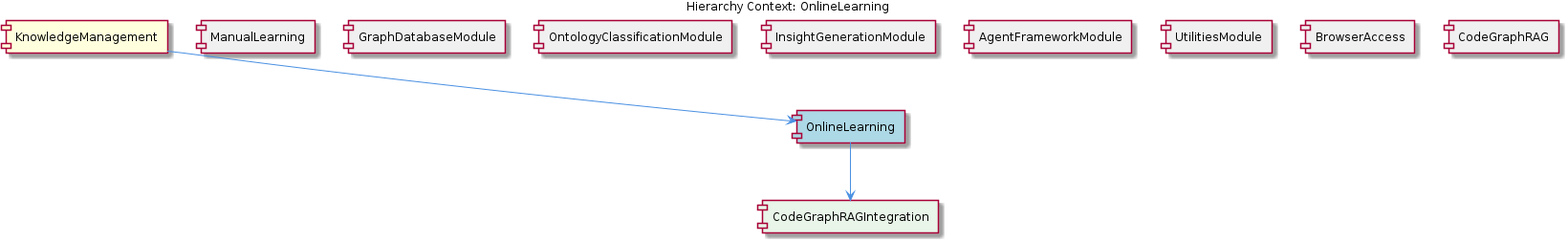
fwornle/coding keeps this PlantUML diagram as knowledge-management/insights/images/online-learning-relationship.png. Above is the earlier version. Its source is kept beside it as .data/knowledge-graph/insights/puml/online-learning-relationship.puml. The source it was exported from:
```plantuml
@startuml
!include _standard-style.puml

title Hierarchy Context: OnlineLearning

[KnowledgeManagement] as knowledge_management #FFFFDD
[OnlineLearning] as online_learning #LightBlue
[ManualLearning] as manual_learning #F0F0F0
[GraphDatabaseModule] as graph_database_module #F0F0F0
[OntologyClassificationModule] as ontology_classification_module #F0F0F0
[InsightGenerationModule] as insight_generation_module #F0F0F0
[AgentFrameworkModule] as agent_framework_module #F0F0F0
[UtilitiesModule] as utilities_module #F0F0F0
[BrowserAccess] as browser_access #F0F0F0
[CodeGraphRAG] as code_graph_rag #F0F0F0
[CodeGraphRAGIntegration] as code_graph_ragintegration #E8F5E8

knowledge_management --> online_learning
manual_learning -[hidden]- online_learning
graph_database_module -[hidden]- online_learning
ontology_classification_module -[hidden]- online_learning
insight_generation_module -[hidden]- online_learning
agent_framework_module -[hidden]- online_learning
utilities_module -[hidden]- online_learning
browser_access -[hidden]- online_learning
code_graph_rag -[hidden]- online_learning
online_learning --> code_graph_ragintegration

@enduml
```
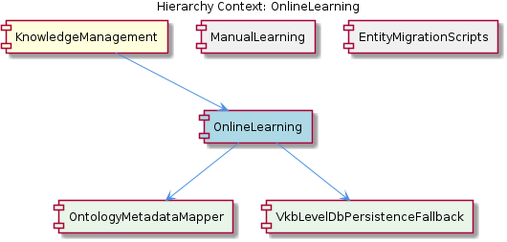
Above is the later version.

Change to the diagram source:
```diff
@@ -6,24 +6,14 @@
 [KnowledgeManagement] as knowledge_management #FFFFDD
 [OnlineLearning] as online_learning #LightBlue
 [ManualLearning] as manual_learning #F0F0F0
-[GraphDatabaseModule] as graph_database_module #F0F0F0
-[OntologyClassificationModule] as ontology_classification_module #F0F0F0
-[InsightGenerationModule] as insight_generation_module #F0F0F0
-[AgentFrameworkModule] as agent_framework_module #F0F0F0
-[UtilitiesModule] as utilities_module #F0F0F0
-[BrowserAccess] as browser_access #F0F0F0
-[CodeGraphRAG] as code_graph_rag #F0F0F0
-[CodeGraphRAGIntegration] as code_graph_ragintegration #E8F5E8
+[EntityMigrationScripts] as entity_migration_scripts #F0F0F0
+[OntologyMetadataMapper] as ontology_metadata_mapper #E8F5E8
+[VkbLevelDbPersistenceFallback] as vkb_level_db_persistence_fallback #E8F5E8
 
 knowledge_management --> online_learning
 manual_learning -[hidden]- online_learning
-graph_database_module -[hidden]- online_learning
-ontology_classification_module -[hidden]- online_learning
-insight_generation_module -[hidden]- online_learning
-agent_framework_module -[hidden]- online_learning
-utilities_module -[hidden]- online_learning
-browser_access -[hidden]- online_learning
-code_graph_rag -[hidden]- online_learning
-online_learning --> code_graph_ragintegration
+entity_migration_scripts -[hidden]- online_learning
+online_learning --> ontology_metadata_mapper
+online_learning --> vkb_level_db_persistence_fallback
 
 @enduml
```
